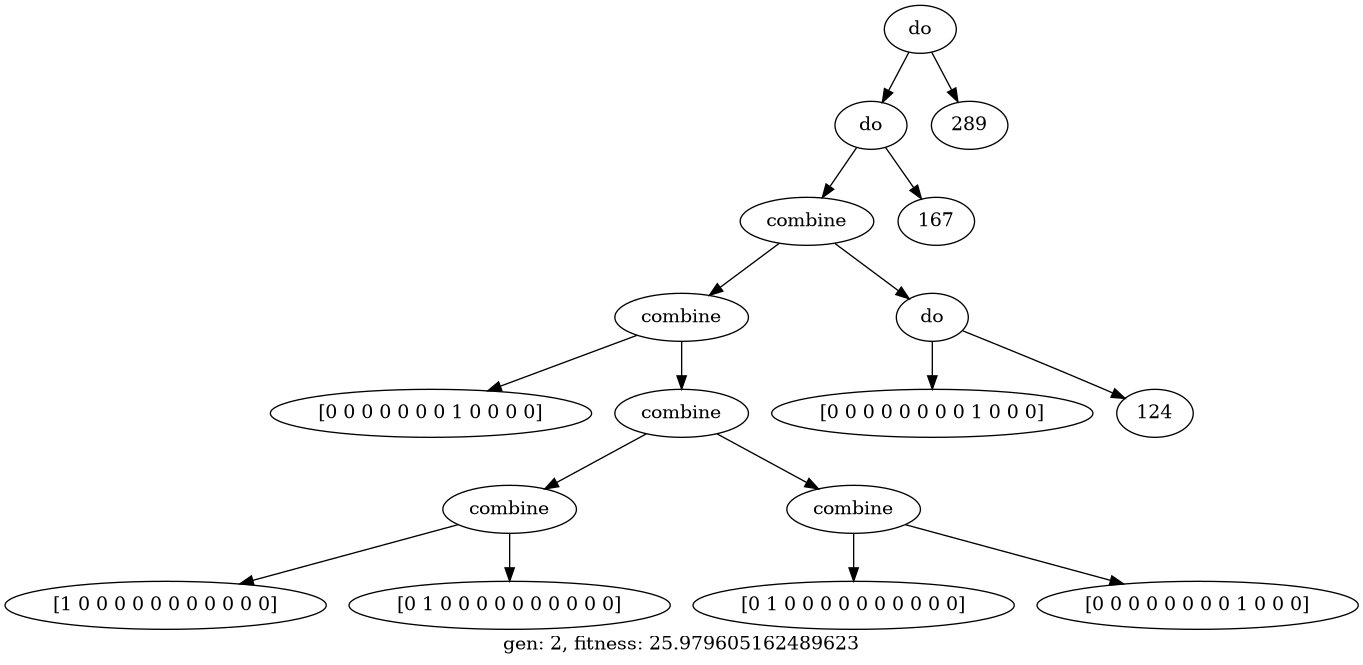
Before: best_of_run.gv.png, a diagram exported from Graphviz (BryanAnderson2019/dissertation). Its source is kept beside it as best_of_run.gv. Its diagram source:
```dot
digraph {
	graph [label="gen: 2, fitness: 25.979605162489623"]
	0 [label=do]
	0 -> 1
	1 [label=do]
	1 -> 2
	2 [label=combine]
	2 -> 3
	3 [label=combine]
	3 -> 4
	4 [label="[0 0 0 0 0 0 0 1 0 0 0 0]"]
	3 -> 5
	5 [label=combine]
	5 -> 6
	6 [label=combine]
	6 -> 7
	7 [label="[1 0 0 0 0 0 0 0 0 0 0 0]"]
	6 -> 8
	8 [label="[0 1 0 0 0 0 0 0 0 0 0 0]"]
	5 -> 9
	9 [label=combine]
	9 -> 10
	10 [label="[0 1 0 0 0 0 0 0 0 0 0 0]"]
	9 -> 11
	11 [label="[0 0 0 0 0 0 0 0 1 0 0 0]"]
	2 -> 12
	12 [label=do]
	12 -> 13
	13 [label="[0 0 0 0 0 0 0 0 1 0 0 0]"]
	12 -> 14
	14 [label=124]
	1 -> 15
	15 [label=167]
	0 -> 16
	16 [label=289]
}
```
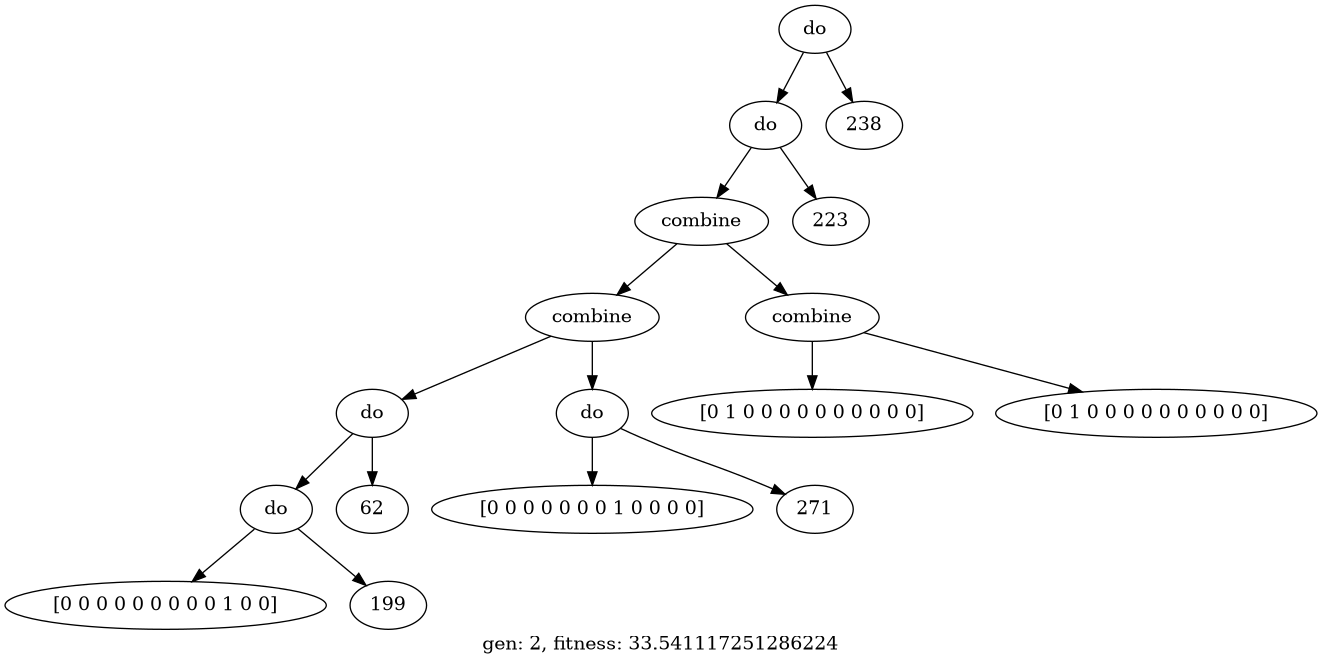
Above is the later version.

What changed in the source:
```diff
@@ -1,5 +1,5 @@
 digraph {
-	graph [label="gen: 2, fitness: 25.979605162489623"]
+	graph [label="gen: 2, fitness: 33.541117251286224"]
 	0 [label=do]
 	0 -> 1
 	1 [label=do]
@@ -8,29 +8,29 @@
 	2 -> 3
 	3 [label=combine]
 	3 -> 4
-	4 [label="[0 0 0 0 0 0 0 1 0 0 0 0]"]
-	3 -> 5
-	5 [label=combine]
+	4 [label=do]
+	4 -> 5
+	5 [label=do]
 	5 -> 6
-	6 [label=combine]
-	6 -> 7
-	7 [label="[1 0 0 0 0 0 0 0 0 0 0 0]"]
-	6 -> 8
-	8 [label="[0 1 0 0 0 0 0 0 0 0 0 0]"]
-	5 -> 9
-	9 [label=combine]
+	6 [label="[0 0 0 0 0 0 0 0 0 1 0 0]"]
+	5 -> 7
+	7 [label=199]
+	4 -> 8
+	8 [label=62]
+	3 -> 9
+	9 [label=do]
 	9 -> 10
-	10 [label="[0 1 0 0 0 0 0 0 0 0 0 0]"]
+	10 [label="[0 0 0 0 0 0 0 1 0 0 0 0]"]
 	9 -> 11
-	11 [label="[0 0 0 0 0 0 0 0 1 0 0 0]"]
+	11 [label=271]
 	2 -> 12
-	12 [label=do]
+	12 [label=combine]
 	12 -> 13
-	13 [label="[0 0 0 0 0 0 0 0 1 0 0 0]"]
+	13 [label="[0 1 0 0 0 0 0 0 0 0 0 0]"]
 	12 -> 14
-	14 [label=124]
+	14 [label="[0 1 0 0 0 0 0 0 0 0 0 0]"]
 	1 -> 15
-	15 [label=167]
+	15 [label=223]
 	0 -> 16
-	16 [label=289]
+	16 [label=238]
 }
```
